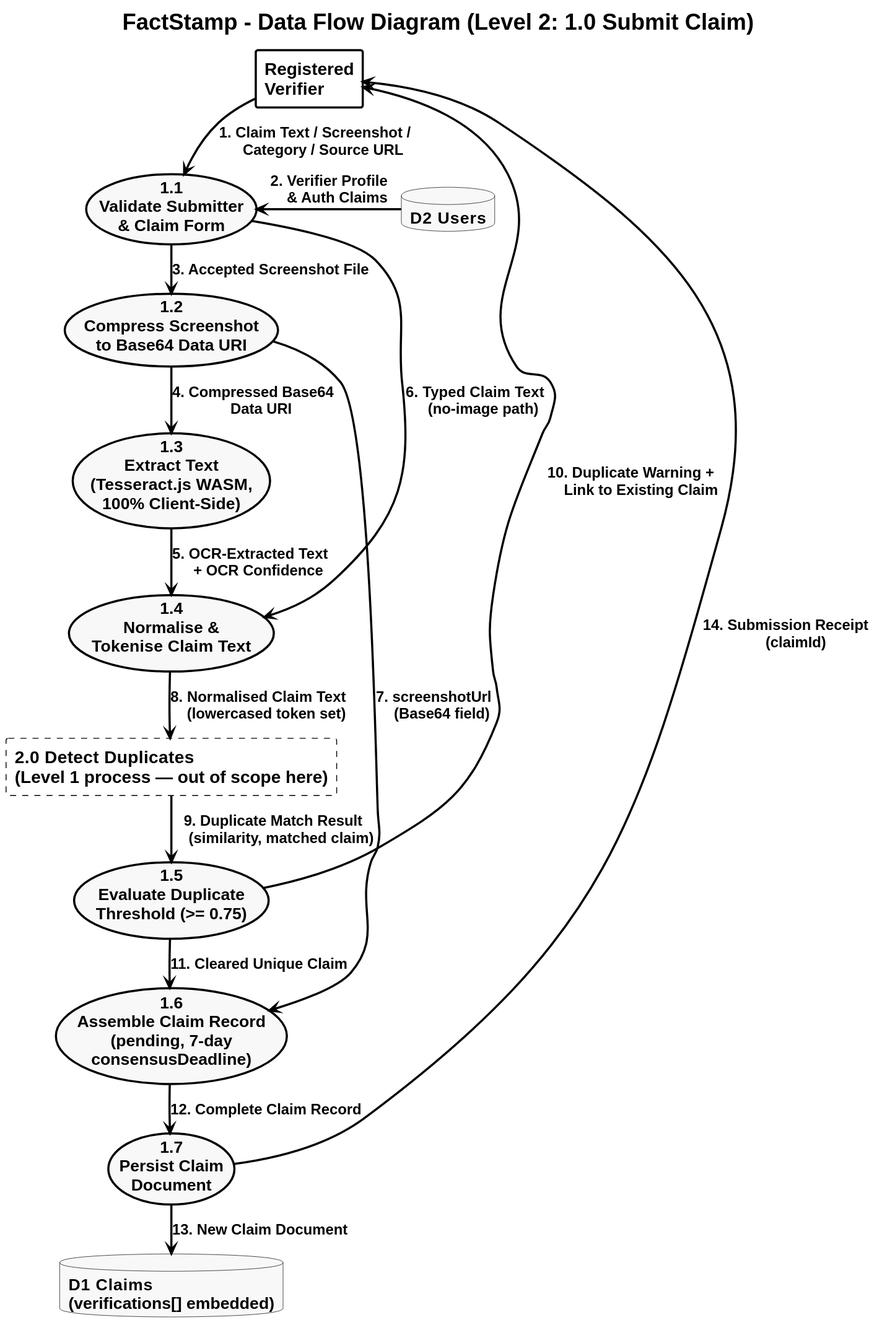
The PlantUML diagram FactStamp/black_book_draft/03_Requirements_and_Analysis/attachments/dfd_level_2.svg in aadish0day/typst, before a commit. Its diagram source:
```plantuml
@startuml
skinparam style strictuml
skinparam monochrome true
skinparam defaultFontName "Liberation Sans"
skinparam defaultFontSize 20
skinparam defaultFontStyle bold
skinparam titleFontSize 26
skinparam titleFontStyle bold

skinparam ranksep 35
skinparam nodesep 30

skinparam backgroundColor white
skinparam ArrowColor black
skinparam ArrowThickness 2.5
skinparam ArrowFontSize 17
skinparam ArrowFontStyle bold

skinparam UsecaseBorderColor black
skinparam UsecaseBorderThickness 2.5
skinparam UsecaseBackgroundColor #F8F9FA
skinparam UsecaseFontSize 19
skinparam UsecaseFontStyle bold

skinparam RectangleBorderColor black
skinparam RectangleBorderThickness 2.5
skinparam RectangleBackgroundColor transparent
skinparam RectangleFontSize 20
skinparam RectangleFontStyle bold

skinparam DatabaseBorderColor black
skinparam DatabaseBackgroundColor #F8F9FA
skinparam DatabaseFontSize 19
skinparam DatabaseFontStyle bold

title FactStamp - Data Flow Diagram (Level 2: 1.0 Submit Claim)

rectangle "Registered\nVerifier" as VER

usecase "1.1\nValidate Submitter\n& Claim Form" as S11
database "D2  Users" as D2
usecase "1.2\nCompress Screenshot\nto Base64 Data URI" as S12
usecase "1.3\nExtract Text\n(Tesseract.js WASM,\n100% Client-Side)" as S13
usecase "1.4\nNormalise &\nTokenise Claim Text" as S14
rectangle "2.0  Detect Duplicates\n(Level 1 process — out of scope here)" as P20 #line.dashed
usecase "1.5\nEvaluate Duplicate\nThreshold (>= 0.75)" as S15
usecase "1.6\nAssemble Claim Record\n(pending, 7-day\nconsensusDeadline)" as S16
usecase "1.7\nPersist Claim\nDocument" as S17
database "D1  Claims\n(verifications[] embedded)" as D1

VER -[hidden]-> D2

VER --> S11 : "1. Claim Text / Screenshot /\n    Category / Source URL"
D2  -[norank]-> S11 : "2. Verifier Profile\n    & Auth Claims"

S11 --> S12 : "3. Accepted Screenshot File"
S12 --> S13 : "4. Compressed Base64\n    Data URI"
S13 --> S14 : "5. OCR-Extracted Text\n    + OCR Confidence"
S11 -[norank]-> S14 : "6. Typed Claim Text\n    (no-image path)"
S12 -[norank]-> S16 : "7. screenshotUrl\n    (Base64 field)"

S14 --> P20 : "8. Normalised Claim Text\n    (lowercased token set)"
P20 --> S15 : "9. Duplicate Match Result\n    (similarity, matched claim)"

S15 -[norank]-> VER : "10. Duplicate Warning +\n     Link to Existing Claim"
S15 --> S16 : "11. Cleared Unique Claim"

S16 --> S17 : "12. Complete Claim Record"
S17 --> D1 : "13. New Claim Document"
S17 -[norank]-> VER : "14. Submission Receipt\n     (claimId)"
@enduml
```
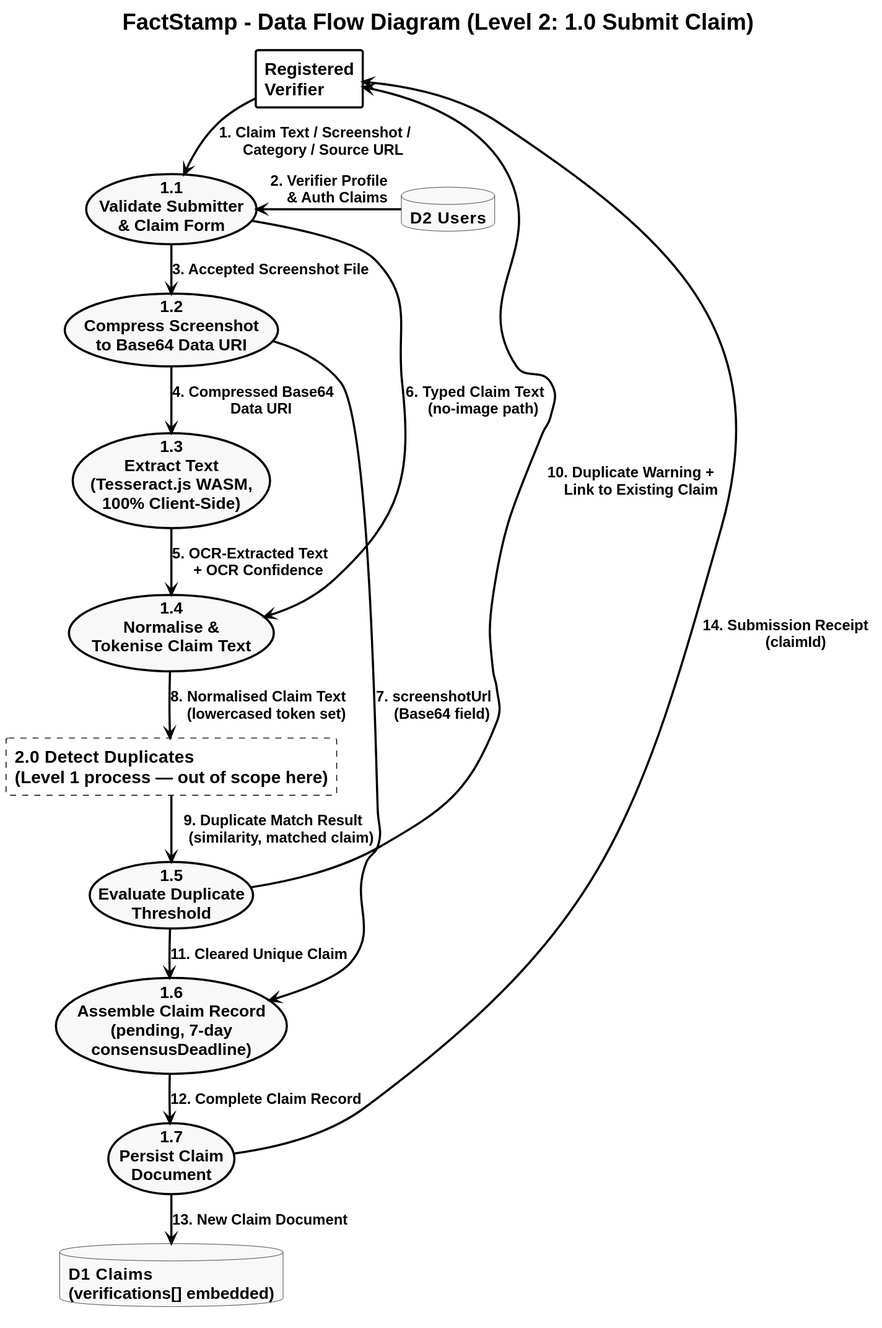
The same diagram one commit later.

Change to the diagram source:
```diff
@@ -43,7 +43,7 @@
 usecase "1.3\nExtract Text\n(Tesseract.js WASM,\n100% Client-Side)" as S13
 usecase "1.4\nNormalise &\nTokenise Claim Text" as S14
 rectangle "2.0  Detect Duplicates\n(Level 1 process — out of scope here)" as P20 #line.dashed
-usecase "1.5\nEvaluate Duplicate\nThreshold (>= 0.75)" as S15
+usecase "1.5\nEvaluate Duplicate\nThreshold" as S15
 usecase "1.6\nAssemble Claim Record\n(pending, 7-day\nconsensusDeadline)" as S16
 usecase "1.7\nPersist Claim\nDocument" as S17
 database "D1  Claims\n(verifications[] embedded)" as D1
```
